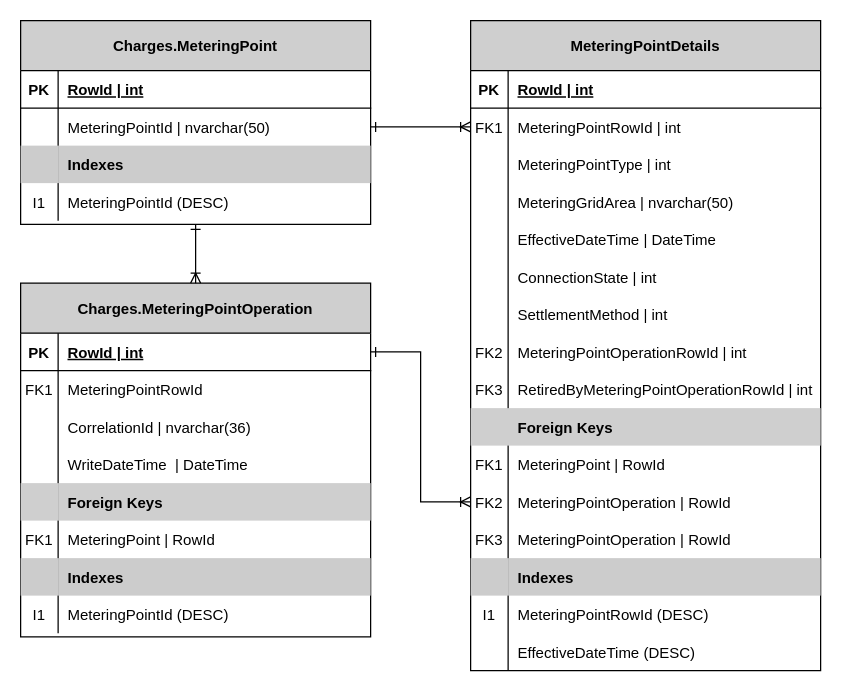
Above: docs/data-models/MeteringPointDataModel.drawio in Energinet-DataHub/ARCHIVED-geh-charges (draw.io), before the change. Source tidied: cells renumbered, new cells numbered last; positions are measured from the earlier drawing's top-left corner, leaving out a move shared by most shapes. Both pictures are drawn from the tidied source at 125%, with x=0, y=0 at pixel (20, 20).
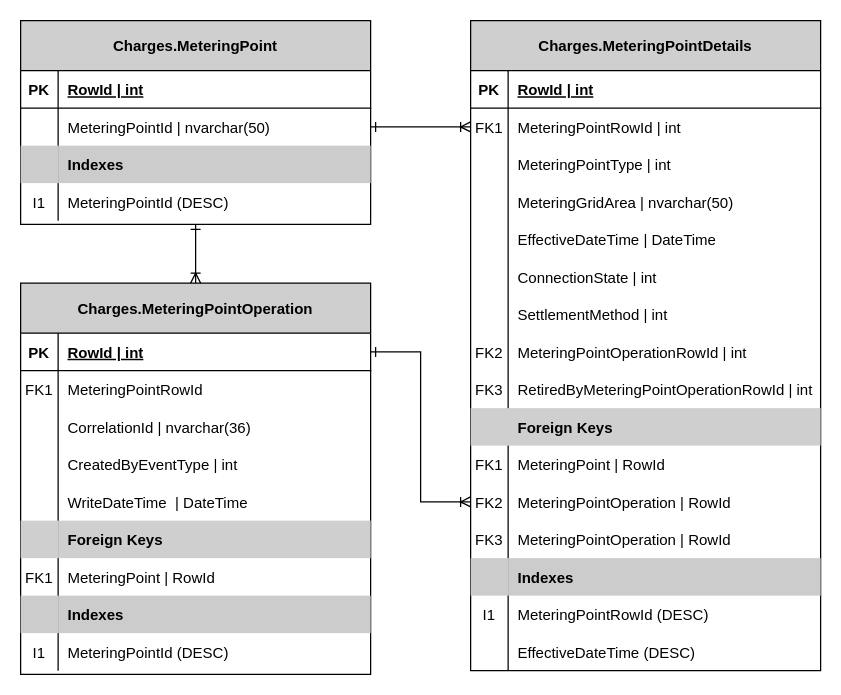
The same diagram, later.

Commit message (it also covers changes not shown here):
AddedCreatedByEventType to MpOperation table

The edit, as a diff of the source:
```diff
@@
-    <mxCell id="15" value="MeteringPointDetails" style="shape=table;startSize=40;childLayout=tableLayout;rowLines=0;fontStyle=1;align=center;fillColor=#CFCFCF;" parent="1" vertex="1">
+    <mxCell id="15" value="Charges.MeteringPointDetails" style="shape=table;startSize=40;childLayout=tableLayout;rowLines=0;fontStyle=1;align=center;fillColor=#CFCFCF;" parent="1" vertex="1">
       <mxGeometry x="360" width="280" height="520" as="geometry" />
     </mxCell>
@@
     <mxCell id="66" value="Charges.MeteringPointOperation" style="shape=table;startSize=40;childLayout=tableLayout;rowLines=0;fontStyle=1;align=center;fillColor=#CFCFCF;" parent="1" vertex="1">
-      <mxGeometry y="210" width="280" height="283" as="geometry" />
+      <mxGeometry y="210" width="280" height="313" as="geometry" />
     </mxCell>
@@
+    <mxCell id="92" style="shape=partialRectangle;fillColor=none;top=0;left=0;bottom=0;right=0;" parent="66" vertex="1">
+      <mxGeometry y="100" width="280" height="30" as="geometry" />
+    </mxCell>
+    <mxCell id="93" style="shape=partialRectangle;fillColor=none;top=0;left=0;bottom=0;right=0;overflow=hidden;" parent="92" vertex="1">
+      <mxGeometry width="30" height="30" as="geometry" />
+    </mxCell>
+    <mxCell id="94" value="CorrelationId | nvarchar(36)" style="shape=partialRectangle;fillColor=none;top=0;left=0;bottom=0;right=0;align=left;spacingLeft=6;overflow=hidden;" parent="92" vertex="1">
+      <mxGeometry x="30" width="250" height="30" as="geometry" />
+    </mxCell>
     <mxCell id="73" style="shape=partialRectangle;fillColor=none;top=0;left=0;bottom=0;right=0;" parent="66" vertex="1">
-      <mxGeometry y="100" width="280" height="30" as="geometry" />
+      <mxGeometry y="130" width="280" height="30" as="geometry" />
     </mxCell>
@@
-    <mxCell id="75" value="CorrelationId | nvarchar(36)" style="shape=partialRectangle;fillColor=none;top=0;left=0;bottom=0;right=0;align=left;spacingLeft=6;overflow=hidden;" parent="73" vertex="1">
+    <mxCell id="75" value="CreatedByEventType | int" style="shape=partialRectangle;fillColor=none;top=0;left=0;bottom=0;right=0;align=left;spacingLeft=6;overflow=hidden;" parent="73" vertex="1">
       <mxGeometry x="30" width="250" height="30" as="geometry" />
     </mxCell>
     <mxCell id="76" style="shape=partialRectangle;fillColor=none;top=0;left=0;bottom=0;right=0;" parent="66" vertex="1">
-      <mxGeometry y="130" width="280" height="30" as="geometry" />
+      <mxGeometry y="160" width="280" height="30" as="geometry" />
     </mxCell>
@@
     <mxCell id="79" style="shape=partialRectangle;fillColor=none;top=0;left=0;bottom=0;right=0;" parent="66" vertex="1">
-      <mxGeometry y="160" width="280" height="30" as="geometry" />
+      <mxGeometry y="190" width="280" height="30" as="geometry" />
     </mxCell>
@@
     <mxCell id="82" style="shape=partialRectangle;fillColor=none;top=0;left=0;bottom=0;right=0;" parent="66" vertex="1">
-      <mxGeometry y="190" width="280" height="30" as="geometry" />
+      <mxGeometry y="220" width="280" height="30" as="geometry" />
     </mxCell>
@@
     <mxCell id="85" style="shape=partialRectangle;top=0;left=0;bottom=0;right=0;strokeColor=#d6b656;fillColor=none;" parent="66" vertex="1">
-      <mxGeometry y="220" width="280" height="30" as="geometry" />
+      <mxGeometry y="250" width="280" height="30" as="geometry" />
     </mxCell>
@@
     <mxCell id="88" style="shape=partialRectangle;fillColor=none;top=0;left=0;bottom=0;right=0;" parent="66" vertex="1">
-      <mxGeometry y="250" width="280" height="30" as="geometry" />
+      <mxGeometry y="280" width="280" height="30" as="geometry" />
     </mxCell>
```
